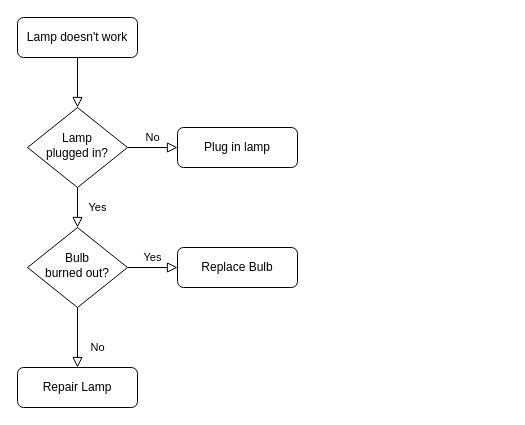
Earlier version of the draw.io diagram page "Page-1" (1 of 3) of Untitled Diagram.drawio (Cadmus-design/Diagrams). Source tidied: cells renumbered, new cells numbered last; positions are measured from the earlier drawing's top-left corner, leaving out a move shared by most shapes. Both pictures are drawn from the tidied source at 100%, with x=0, y=0 at pixel (17, 17).
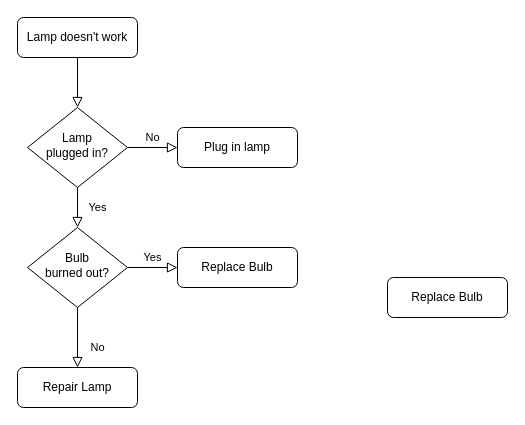
After the change.

What changed in the source:
```diff
@@
 <mxGraphModel>
   <root>
     <mxCell id="0" />
     <mxCell id="1" parent="0" />
     <mxCell id="2" style="rounded=0;html=1;jettySize=auto;fontSize=11;endArrow=block;endFill=0;endSize=8;strokeWidth=1;shadow=0;labelBackgroundColor=none;edgeStyle=orthogonalEdgeStyle;" parent="1" edge="1" source="3" target="6">
       <mxGeometry relative="1" as="geometry" />
     </mxCell>
     <mxCell id="3" value="Lamp doesn't work" style="rounded=1;whiteSpace=wrap;html=1;fontSize=12;glass=0;strokeWidth=1;shadow=0;" parent="1" vertex="1">
       <mxGeometry width="120" height="40" as="geometry" />
     </mxCell>
     <mxCell id="4" value="Yes" style="rounded=0;html=1;jettySize=auto;fontSize=11;endArrow=block;endFill=0;endSize=8;strokeWidth=1;shadow=0;labelBackgroundColor=none;edgeStyle=orthogonalEdgeStyle;" parent="1" edge="1" source="6" target="10">
       <mxGeometry y="20" relative="1" as="geometry" />
     </mxCell>
     <mxCell id="5" value="No" style="edgeStyle=orthogonalEdgeStyle;rounded=0;html=1;jettySize=auto;fontSize=11;endArrow=block;endFill=0;endSize=8;strokeWidth=1;shadow=0;labelBackgroundColor=none;" parent="1" edge="1" source="6" target="7">
       <mxGeometry y="10" relative="1" as="geometry" />
     </mxCell>
     <mxCell id="6" value="Lamp&lt;br&gt;plugged in?" style="rhombus;whiteSpace=wrap;html=1;shadow=0;fontFamily=Helvetica;fontSize=12;align=center;strokeWidth=1;spacing=6;spacingTop=-4;" parent="1" vertex="1">
       <mxGeometry x="10" y="90" width="100" height="80" as="geometry" />
     </mxCell>
     <mxCell id="7" value="Plug in lamp" style="rounded=1;whiteSpace=wrap;html=1;fontSize=12;glass=0;strokeWidth=1;shadow=0;" parent="1" vertex="1">
       <mxGeometry x="160" y="110" width="120" height="40" as="geometry" />
     </mxCell>
     <mxCell id="8" value="No" style="rounded=0;html=1;jettySize=auto;fontSize=11;endArrow=block;endFill=0;endSize=8;strokeWidth=1;shadow=0;labelBackgroundColor=none;edgeStyle=orthogonalEdgeStyle;" parent="1" edge="1" source="10" target="11">
       <mxGeometry x="0.33" y="20" relative="1" as="geometry" />
     </mxCell>
     <mxCell id="9" value="Yes" style="edgeStyle=orthogonalEdgeStyle;rounded=0;html=1;jettySize=auto;fontSize=11;endArrow=block;endFill=0;endSize=8;strokeWidth=1;shadow=0;labelBackgroundColor=none;" parent="1" edge="1" source="10" target="12">
       <mxGeometry y="10" relative="1" as="geometry" />
     </mxCell>
     <mxCell id="10" value="Bulb&lt;br&gt;burned out?" style="rhombus;whiteSpace=wrap;html=1;shadow=0;fontFamily=Helvetica;fontSize=12;align=center;strokeWidth=1;spacing=6;spacingTop=-4;" parent="1" vertex="1">
       <mxGeometry x="10" y="210" width="100" height="80" as="geometry" />
     </mxCell>
     <mxCell id="11" value="Repair Lamp" style="rounded=1;whiteSpace=wrap;html=1;fontSize=12;glass=0;strokeWidth=1;shadow=0;" parent="1" vertex="1">
       <mxGeometry y="350" width="120" height="40" as="geometry" />
     </mxCell>
     <mxCell id="12" value="Replace Bulb" style="rounded=1;whiteSpace=wrap;html=1;fontSize=12;glass=0;strokeWidth=1;shadow=0;" parent="1" vertex="1">
       <mxGeometry x="160" y="230" width="120" height="40" as="geometry" />
     </mxCell>
+    <mxCell id="13" value="Replace Bulb" style="rounded=1;whiteSpace=wrap;html=1;fontSize=12;glass=0;strokeWidth=1;shadow=0;" parent="1" vertex="1">
+      <mxGeometry x="370" y="260" width="120" height="40" as="geometry" />
+    </mxCell>
   </root>
 </mxGraphModel>
```
